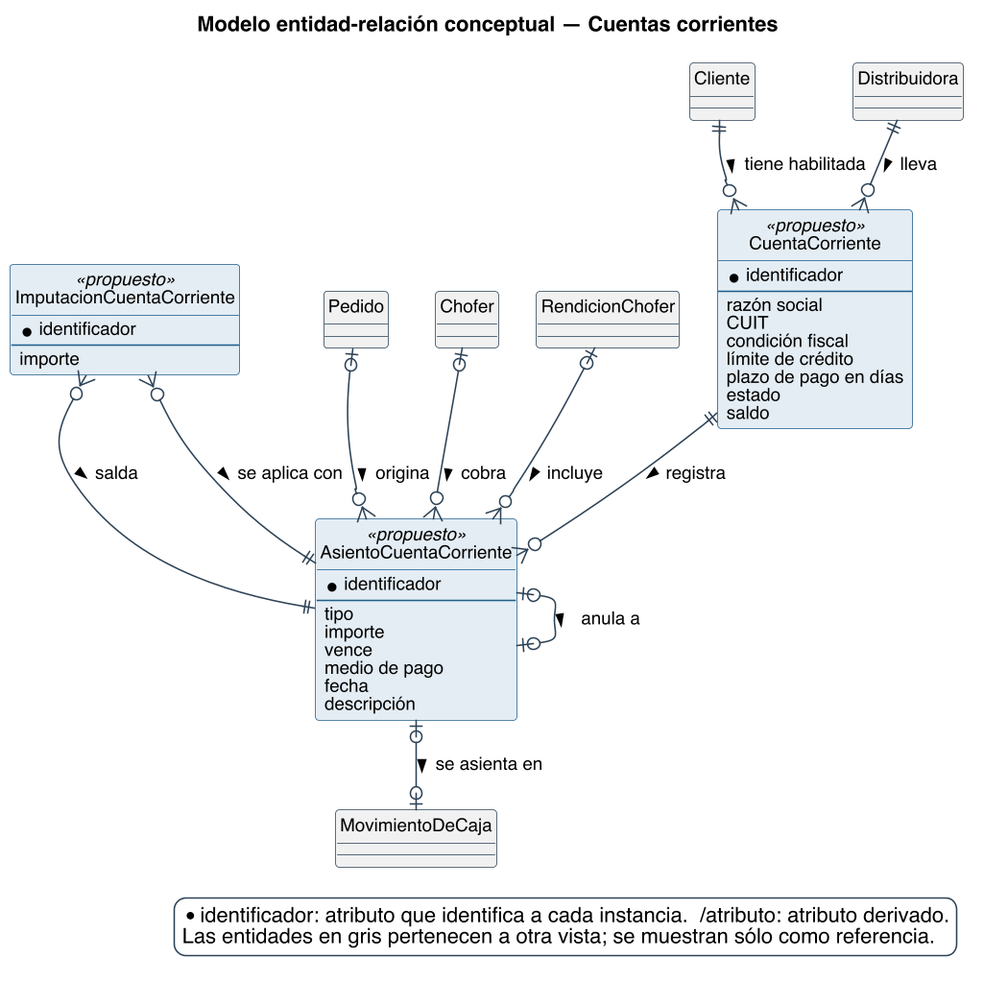
This is diagramas/base-de-datos/conceptual/SPLG-der-14-cuentas-corrientes.png from Nahuelito-Dev/splg-docs, a PlantUML export, as it was before one commit.
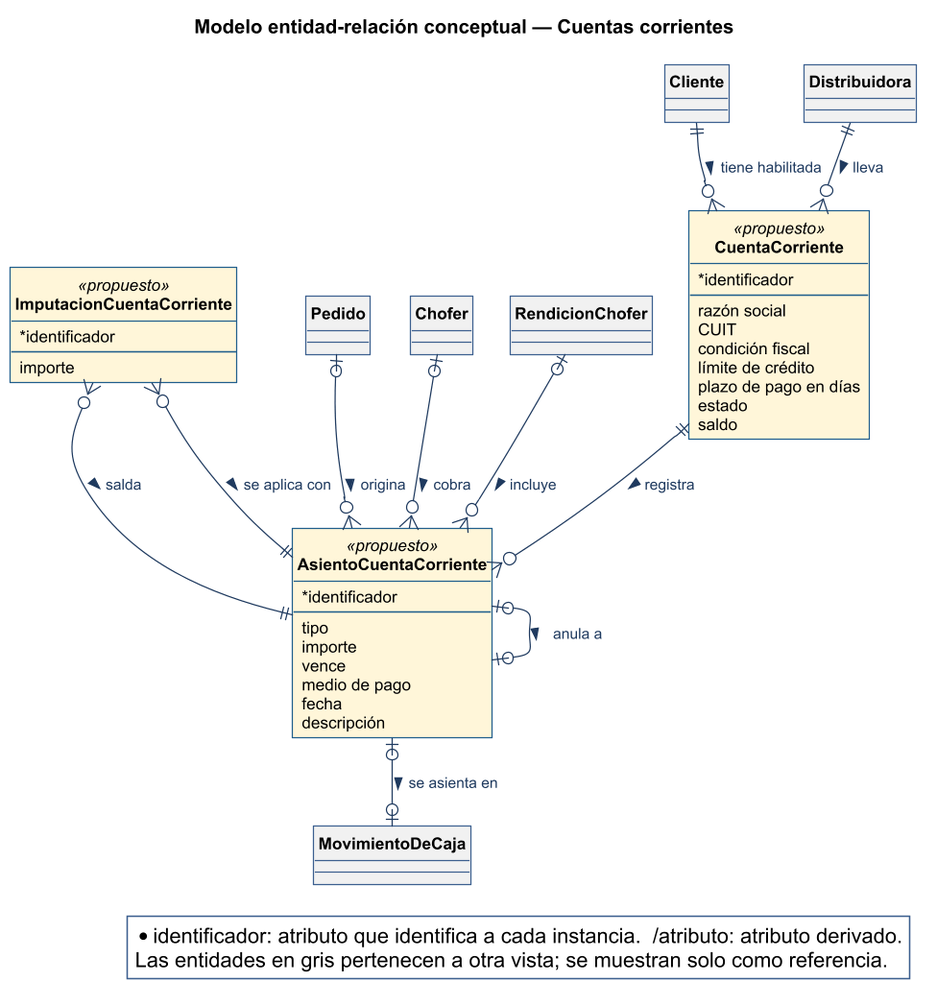
The same diagram one commit later.

The edit, as a diff of the source:
```diff
@@ -1,16 +1,6 @@
 @startuml
 title Modelo entidad-relación conceptual — Cuentas corrientes
-skinparam backgroundColor #FFFFFF
-skinparam shadowing false
-skinparam defaultFontName Helvetica
-skinparam defaultFontSize 12
-skinparam dpi 150
-skinparam class {
-  BorderColor #2C4257
-  BackgroundColor #FFFFFF
-  ArrowColor #2C4257
-  FontSize 12
-}
+!include ../../estilo-vp.iuml
 skinparam entity<<ajena>> {
   BackgroundColor #F1F1F1
   BorderColor #8A97A3
@@ -18,21 +8,19 @@
 }
 skinparam class<<propuesto>> {
   BorderColor #1F5E8C
-  BackgroundColor #E4EDF4
+  BackgroundColor #FFF6D9
 }
 skinparam entity<<propuesto>> {
   BorderColor #1F5E8C
-  BackgroundColor #E4EDF4
+  BackgroundColor #FFF6D9
 }
-skinparam legendBackgroundColor #FFFFFF
-skinparam legendBorderColor #2C4257
 
 hide circle
 
 skinparam nodesep 25
 skinparam ranksep 45
 
-entity CuentaCorriente <<propuesto>> #E4EDF4;line:1F5E8C {
+entity CuentaCorriente <<propuesto>> #FFF6D9;line:1F5E8C {
   * identificador
   --
   {field} razón social
@@ -43,7 +31,7 @@
   {field} estado
   {field} saldo
 }
-entity AsientoCuentaCorriente <<propuesto>> #E4EDF4;line:1F5E8C {
+entity AsientoCuentaCorriente <<propuesto>> #FFF6D9;line:1F5E8C {
   * identificador
   --
   {field} tipo
@@ -53,7 +41,7 @@
   {field} fecha
   {field} descripción
 }
-entity ImputacionCuentaCorriente <<propuesto>> #E4EDF4;line:1F5E8C {
+entity ImputacionCuentaCorriente <<propuesto>> #FFF6D9;line:1F5E8C {
   * identificador
   --
   {field} importe
@@ -84,6 +72,6 @@
 
 legend bottom right
   * identificador: atributo que identifica a cada instancia.  /atributo: atributo derivado.
-  Las entidades en gris pertenecen a otra vista; se muestran sólo como referencia.
+  Las entidades en gris pertenecen a otra vista; se muestran solo como referencia.
 endlegend
 @enduml
```
